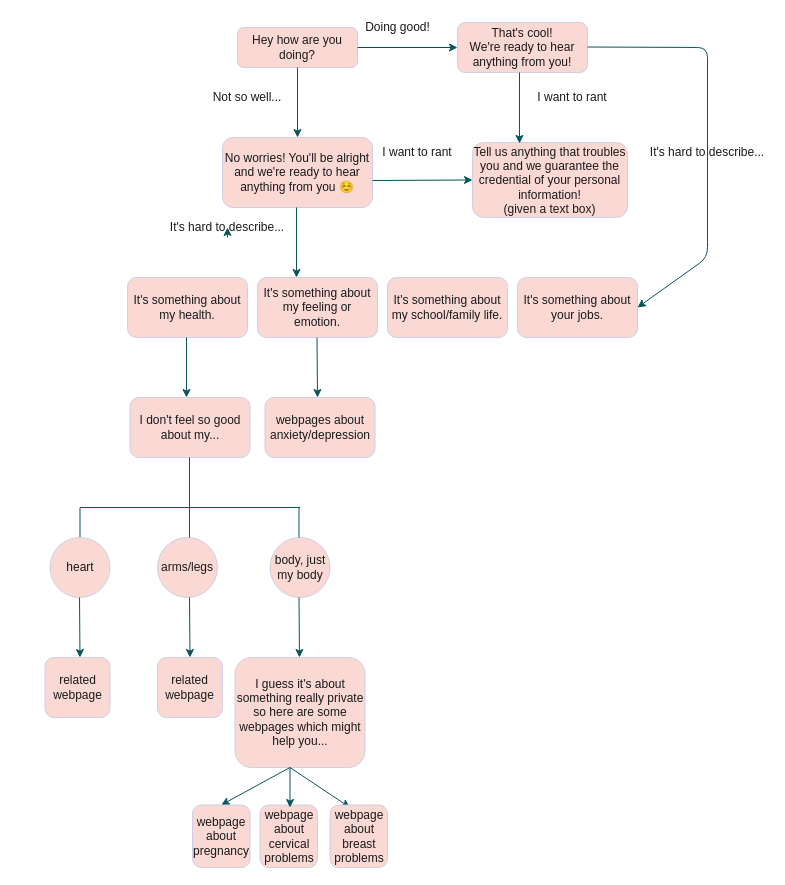
Earlier version of the draw.io diagram Questionary.drawio (effiegao/cmd-f-hackathon-questionary). Source tidied: cells renumbered, new cells numbered last; positions are measured from the earlier drawing's top-left corner, leaving out a move shared by most shapes. Both pictures are drawn from the tidied source at 100%, with x=0, y=0 at pixel (45, 17).
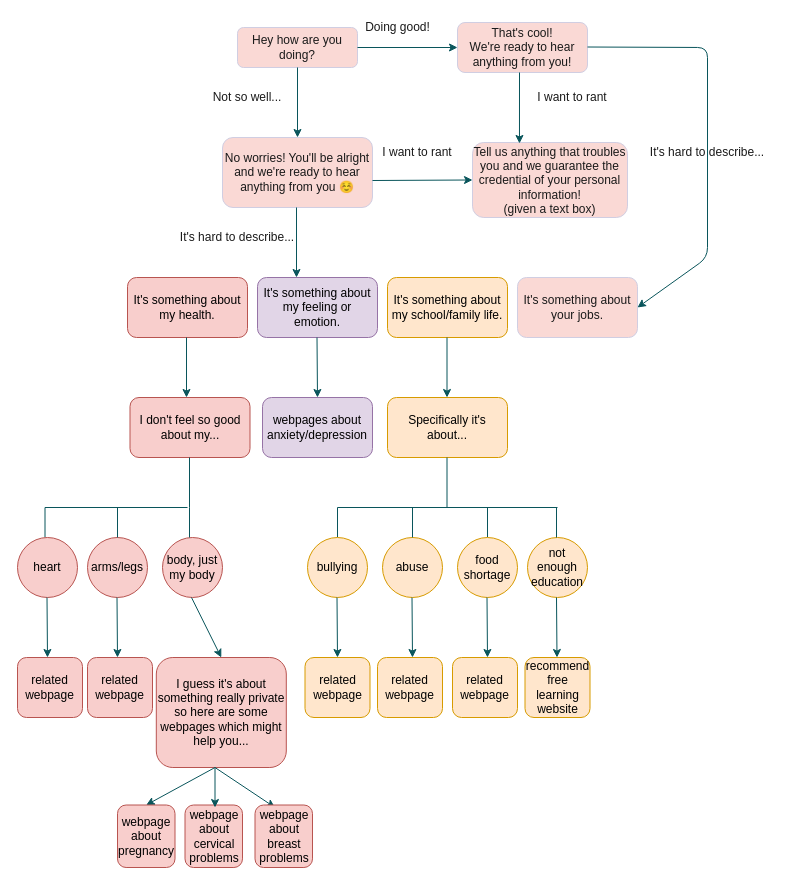
The same page after the edit.

Change to the diagram source:
```diff
@@
     <mxCell id="10" value="It's hard to describe..." style="text;html=1;strokeColor=none;fillColor=none;align=center;verticalAlign=middle;whiteSpace=wrap;rounded=0;sketch=0;fontColor=#1A1A1A;" parent="1" vertex="1">
-      <mxGeometry x="122" y="200" width="120" height="20" as="geometry" />
+      <mxGeometry x="132" y="210" width="120" height="20" as="geometry" />
     </mxCell>
-    <mxCell id="11" value="It's something about my health." style="rounded=1;whiteSpace=wrap;html=1;sketch=0;strokeColor=#D0CEE2;fillColor=#FAD9D5;fontColor=#1A1A1A;" parent="1" vertex="1">
+    <mxCell id="11" value="It's something about my health." style="rounded=1;whiteSpace=wrap;html=1;sketch=0;strokeColor=#b85450;fillColor=#f8cecc;" parent="1" vertex="1">
       <mxGeometry x="82" y="260" width="120" height="60" as="geometry" />
     </mxCell>
-    <mxCell id="12" value="It's something about my feeling or emotion." style="rounded=1;whiteSpace=wrap;html=1;sketch=0;strokeColor=#D0CEE2;fillColor=#FAD9D5;fontColor=#1A1A1A;" parent="1" vertex="1">
+    <mxCell id="12" value="It's something about my feeling or emotion." style="rounded=1;whiteSpace=wrap;html=1;sketch=0;strokeColor=#9673a6;fillColor=#e1d5e7;" parent="1" vertex="1">
       <mxGeometry x="212" y="260" width="120" height="60" as="geometry" />
     </mxCell>
-    <mxCell id="13" value="It's something about my school/family life." style="rounded=1;whiteSpace=wrap;html=1;sketch=0;strokeColor=#D0CEE2;fillColor=#FAD9D5;fontColor=#1A1A1A;" parent="1" vertex="1">
+    <mxCell id="13" value="It's something about my school/family life." style="rounded=1;whiteSpace=wrap;html=1;sketch=0;strokeColor=#d79b00;fillColor=#ffe6cc;" parent="1" vertex="1">
       <mxGeometry x="342" y="260" width="120" height="60" as="geometry" />
     </mxCell>
@@
-    <mxCell id="16" value="I don't feel so good about my..." style="rounded=1;whiteSpace=wrap;html=1;sketch=0;strokeColor=#D0CEE2;fillColor=#FAD9D5;fontColor=#1A1A1A;" parent="1" vertex="1">
+    <mxCell id="16" value="I don't feel so good about my..." style="rounded=1;whiteSpace=wrap;html=1;sketch=0;strokeColor=#b85450;fillColor=#f8cecc;" parent="1" vertex="1">
       <mxGeometry x="84.5" y="380" width="120" height="60" as="geometry" />
     </mxCell>
@@
     <mxCell id="18" style="endArrow=none;html=1;strokeColor=#09555B;fontColor=#1A1A1A;" parent="1" edge="1">
       <mxGeometry relative="1" as="geometry">
-        <mxPoint x="34.5" y="490" as="sourcePoint" />
-        <mxPoint x="254.5" y="490" as="targetPoint" />
+        <mxPoint x="-0.5" y="490" as="sourcePoint" />
+        <mxPoint x="142" y="490" as="targetPoint" />
       </mxGeometry>
     </mxCell>
     <mxCell id="19" style="endArrow=none;html=1;strokeColor=#09555B;fontColor=#1A1A1A;" parent="1" edge="1">
       <mxGeometry relative="1" as="geometry">
-        <mxPoint x="34.5" y="520" as="sourcePoint" />
-        <mxPoint x="34.5" y="490" as="targetPoint" />
+        <mxPoint x="-0.5" y="520" as="sourcePoint" />
+        <mxPoint x="-0.5" y="490" as="targetPoint" />
       </mxGeometry>
     </mxCell>
-    <mxCell id="20" value="heart" style="ellipse;whiteSpace=wrap;html=1;rounded=0;sketch=0;strokeColor=#D0CEE2;fillColor=#FAD9D5;fontColor=#1A1A1A;" parent="1" vertex="1">
-      <mxGeometry x="4.5" y="520" width="60" height="60" as="geometry" />
+    <mxCell id="20" value="heart" style="ellipse;whiteSpace=wrap;html=1;rounded=0;sketch=0;strokeColor=#b85450;fillColor=#f8cecc;" parent="1" vertex="1">
+      <mxGeometry x="-28" y="520" width="60" height="60" as="geometry" />
     </mxCell>
-    <mxCell id="21" value="arms/legs" style="ellipse;whiteSpace=wrap;html=1;rounded=0;sketch=0;strokeColor=#D0CEE2;fillColor=#FAD9D5;fontColor=#1A1A1A;" parent="1" vertex="1">
-      <mxGeometry x="112" y="520" width="60" height="60" as="geometry" />
+    <mxCell id="21" value="arms/legs" style="ellipse;whiteSpace=wrap;html=1;rounded=0;sketch=0;strokeColor=#b85450;fillColor=#f8cecc;" parent="1" vertex="1">
+      <mxGeometry x="42" y="520" width="60" height="60" as="geometry" />
     </mxCell>
     <mxCell id="22" style="endArrow=none;html=1;strokeColor=#09555B;fontColor=#1A1A1A;" parent="1" edge="1">
       <mxGeometry relative="1" as="geometry">
-        <mxPoint x="144" y="520" as="sourcePoint" />
-        <mxPoint x="144" y="490" as="targetPoint" />
+        <mxPoint x="72" y="520" as="sourcePoint" />
+        <mxPoint x="72" y="490" as="targetPoint" />
       </mxGeometry>
     </mxCell>
-    <mxCell id="23" value="body, just my body" style="ellipse;whiteSpace=wrap;html=1;rounded=0;sketch=0;strokeColor=#D0CEE2;fillColor=#FAD9D5;fontColor=#1A1A1A;" parent="1" vertex="1">
-      <mxGeometry x="224.5" y="520" width="60" height="60" as="geometry" />
+    <mxCell id="23" value="body, just my body" style="ellipse;whiteSpace=wrap;html=1;rounded=0;sketch=0;strokeColor=#b85450;fillColor=#f8cecc;" parent="1" vertex="1">
+      <mxGeometry x="117" y="520" width="60" height="60" as="geometry" />
     </mxCell>
     <mxCell id="24" style="endArrow=none;html=1;strokeColor=#09555B;fontColor=#1A1A1A;" parent="1" edge="1">
       <mxGeometry relative="1" as="geometry">
-        <mxPoint x="253.5" y="520" as="sourcePoint" />
-        <mxPoint x="253.5" y="490" as="targetPoint" />
+        <mxPoint x="144" y="520" as="sourcePoint" />
+        <mxPoint x="144" y="490" as="targetPoint" />
       </mxGeometry>
     </mxCell>
@@
     <mxCell id="31" style="endArrow=classic;html=1;strokeColor=#09555B;fontColor=#1A1A1A;" parent="1" edge="1">
       <mxGeometry relative="1" as="geometry">
-        <mxPoint x="34" y="580" as="sourcePoint" />
-        <mxPoint x="34.5" y="640" as="targetPoint" />
+        <mxPoint x="1.5" y="580" as="sourcePoint" />
+        <mxPoint x="2" y="640" as="targetPoint" />
       </mxGeometry>
     </mxCell>
-    <mxCell id="32" value="related webpage" style="rounded=1;whiteSpace=wrap;html=1;sketch=0;strokeColor=#D0CEE2;fillColor=#FAD9D5;fontColor=#1A1A1A;" parent="1" vertex="1">
-      <mxGeometry x="-0.5" y="640" width="65" height="60" as="geometry" />
+    <mxCell id="32" value="related webpage" style="rounded=1;whiteSpace=wrap;html=1;sketch=0;strokeColor=#b85450;fillColor=#f8cecc;" parent="1" vertex="1">
+      <mxGeometry x="-28" y="640" width="65" height="60" as="geometry" />
     </mxCell>
-    <mxCell id="33" value="related webpage" style="rounded=1;whiteSpace=wrap;html=1;sketch=0;strokeColor=#D0CEE2;fillColor=#FAD9D5;fontColor=#1A1A1A;" parent="1" vertex="1">
-      <mxGeometry x="112" y="640" width="65" height="60" as="geometry" />
+    <mxCell id="33" value="related webpage" style="rounded=1;whiteSpace=wrap;html=1;sketch=0;strokeColor=#b85450;fillColor=#f8cecc;" parent="1" vertex="1">
+      <mxGeometry x="42" y="640" width="65" height="60" as="geometry" />
     </mxCell>
     <mxCell id="34" style="endArrow=classic;html=1;strokeColor=#09555B;fontColor=#1A1A1A;" parent="1" edge="1">
       <mxGeometry relative="1" as="geometry">
-        <mxPoint x="144" y="580" as="sourcePoint" />
-        <mxPoint x="144.5" y="640" as="targetPoint" />
+        <mxPoint x="71.5" y="580" as="sourcePoint" />
+        <mxPoint x="72" y="640" as="targetPoint" />
       </mxGeometry>
     </mxCell>
-    <mxCell id="35" style="endArrow=classic;html=1;strokeColor=#09555B;fontColor=#1A1A1A;" parent="1" edge="1">
+    <mxCell id="35" style="endArrow=classic;html=1;strokeColor=#09555B;fontColor=#1A1A1A;entryX=0.5;entryY=0;entryDx=0;entryDy=0;" parent="1" edge="1" target="36">
       <mxGeometry relative="1" as="geometry">
-        <mxPoint x="253.5" y="580" as="sourcePoint" />
-        <mxPoint x="254" y="640" as="targetPoint" />
+        <mxPoint x="146" y="580" as="sourcePoint" />
       </mxGeometry>
     </mxCell>
-    <mxCell id="36" value="I guess it's about something really private so here are some webpages which might help you..." style="rounded=1;whiteSpace=wrap;html=1;sketch=0;strokeColor=#D0CEE2;fillColor=#FAD9D5;fontColor=#1A1A1A;" parent="1" vertex="1">
-      <mxGeometry x="189.5" y="640" width="130" height="110" as="geometry" />
+    <mxCell id="36" value="I guess it's about something really private so here are some webpages which might help you..." style="rounded=1;whiteSpace=wrap;html=1;sketch=0;strokeColor=#b85450;fillColor=#f8cecc;" parent="1" vertex="1">
+      <mxGeometry x="110.8" y="640" width="130" height="110" as="geometry" />
     </mxCell>
     <mxCell id="37" style="endArrow=classic;html=1;strokeColor=#09555B;fontColor=#1A1A1A;entryX=0;entryY=0.5;entryDx=0;entryDy=0;" parent="1" edge="1" target="38">
       <mxGeometry relative="1" as="geometry">
-        <mxPoint x="244.5" y="750" as="sourcePoint" />
+        <mxPoint x="169.5" y="750" as="sourcePoint" />
       </mxGeometry>
     </mxCell>
-    <mxCell id="38" value="webpage about pregnancy" style="rounded=1;whiteSpace=wrap;html=1;sketch=0;strokeColor=#D0CEE2;fillColor=#FAD9D5;fontColor=#1A1A1A;direction=south;" parent="1" vertex="1">
-      <mxGeometry x="147" y="787.5" width="57.5" height="62.5" as="geometry" />
+    <mxCell id="38" value="webpage about pregnancy" style="rounded=1;whiteSpace=wrap;html=1;sketch=0;strokeColor=#b85450;fillColor=#f8cecc;direction=south;" parent="1" vertex="1">
+      <mxGeometry x="72" y="787.5" width="57.5" height="62.5" as="geometry" />
     </mxCell>
-    <mxCell id="39" value="webpage about cervical problems" style="rounded=1;whiteSpace=wrap;html=1;sketch=0;strokeColor=#D0CEE2;fillColor=#FAD9D5;fontColor=#1A1A1A;direction=south;" parent="1" vertex="1">
-      <mxGeometry x="214.5" y="787.5" width="57.5" height="62.5" as="geometry" />
+    <mxCell id="39" value="webpage about cervical problems" style="rounded=1;whiteSpace=wrap;html=1;sketch=0;strokeColor=#b85450;fillColor=#f8cecc;direction=south;" parent="1" vertex="1">
+      <mxGeometry x="139.5" y="787.5" width="57.5" height="62.5" as="geometry" />
     </mxCell>
     <mxCell id="40" style="endArrow=classic;html=1;strokeColor=#09555B;fontColor=#1A1A1A;" parent="1" edge="1">
       <mxGeometry relative="1" as="geometry">
-        <mxPoint x="244.5" y="750" as="sourcePoint" />
-        <mxPoint x="244.5" y="790" as="targetPoint" />
+        <mxPoint x="169.5" y="750" as="sourcePoint" />
+        <mxPoint x="169.5" y="790" as="targetPoint" />
       </mxGeometry>
     </mxCell>
     <mxCell id="41" style="endArrow=classic;html=1;strokeColor=#09555B;fontColor=#1A1A1A;" parent="1" edge="1">
       <mxGeometry relative="1" as="geometry">
-        <mxPoint x="244.5" y="750" as="sourcePoint" />
-        <mxPoint x="304.5" y="790" as="targetPoint" />
+        <mxPoint x="169.5" y="750" as="sourcePoint" />
+        <mxPoint x="229.5" y="790" as="targetPoint" />
       </mxGeometry>
     </mxCell>
-    <mxCell id="42" value="webpage about breast problems" style="rounded=1;whiteSpace=wrap;html=1;sketch=0;strokeColor=#D0CEE2;fillColor=#FAD9D5;fontColor=#1A1A1A;direction=south;" parent="1" vertex="1">
-      <mxGeometry x="284.5" y="787.5" width="57.5" height="62.5" as="geometry" />
+    <mxCell id="42" value="webpage about breast problems" style="rounded=1;whiteSpace=wrap;html=1;sketch=0;strokeColor=#b85450;fillColor=#f8cecc;direction=south;" parent="1" vertex="1">
+      <mxGeometry x="209.5" y="787.5" width="57.5" height="62.5" as="geometry" />
     </mxCell>
@@
-    <mxCell id="45" value="webpages about anxiety/depression" style="rounded=1;whiteSpace=wrap;html=1;sketch=0;strokeColor=#D0CEE2;fillColor=#FAD9D5;fontColor=#1A1A1A;" parent="1" vertex="1">
-      <mxGeometry x="219.5" y="380" width="110" height="60" as="geometry" />
+    <mxCell id="45" value="webpages about anxiety/depression" style="rounded=1;whiteSpace=wrap;html=1;sketch=0;strokeColor=#9673a6;fillColor=#e1d5e7;" parent="1" vertex="1">
+      <mxGeometry x="217" y="380" width="110" height="60" as="geometry" />
     </mxCell>
-    <mxCell id="46" style="edgeStyle=orthogonalEdgeStyle;curved=0;rounded=1;sketch=0;orthogonalLoop=1;jettySize=auto;html=1;exitX=0.5;exitY=1;exitDx=0;exitDy=0;entryX=0.5;entryY=0.5;entryDx=0;entryDy=0;entryPerimeter=0;strokeColor=#09555B;fontColor=#1A1A1A;" parent="1" edge="1" source="10" target="10">
-      <mxGeometry relative="1" as="geometry" />
-    </mxCell>
+    <mxCell id="47" value="Specifically it's about..." style="rounded=1;whiteSpace=wrap;html=1;sketch=0;strokeColor=#d79b00;fillColor=#ffe6cc;" parent="1" vertex="1">
+      <mxGeometry x="342" y="380" width="120" height="60" as="geometry" />
+    </mxCell>
+    <mxCell id="48" style="endArrow=none;html=1;strokeColor=#09555B;fontColor=#1A1A1A;" parent="1" edge="1">
+      <mxGeometry relative="1" as="geometry">
+        <mxPoint x="401.5" y="490" as="sourcePoint" />
+        <mxPoint x="401.5" y="440" as="targetPoint" />
+      </mxGeometry>
+    </mxCell>
+    <mxCell id="49" style="endArrow=none;html=1;strokeColor=#09555B;fontColor=#1A1A1A;" parent="1" edge="1">
+      <mxGeometry relative="1" as="geometry">
+        <mxPoint x="292" y="490" as="sourcePoint" />
+        <mxPoint x="512" y="490" as="targetPoint" />
+      </mxGeometry>
+    </mxCell>
+    <mxCell id="50" style="endArrow=none;html=1;strokeColor=#09555B;fontColor=#1A1A1A;" parent="1" edge="1">
+      <mxGeometry relative="1" as="geometry">
+        <mxPoint x="292" y="520" as="sourcePoint" />
+        <mxPoint x="292" y="490" as="targetPoint" />
+      </mxGeometry>
+    </mxCell>
+    <mxCell id="51" value="bullying" style="ellipse;whiteSpace=wrap;html=1;rounded=0;sketch=0;strokeColor=#d79b00;fillColor=#ffe6cc;" parent="1" vertex="1">
+      <mxGeometry x="262" y="520" width="60" height="60" as="geometry" />
+    </mxCell>
+    <mxCell id="52" value="abuse" style="ellipse;whiteSpace=wrap;html=1;rounded=0;sketch=0;strokeColor=#d79b00;fillColor=#ffe6cc;" parent="1" vertex="1">
+      <mxGeometry x="337" y="520" width="60" height="60" as="geometry" />
+    </mxCell>
+    <mxCell id="53" style="endArrow=none;html=1;strokeColor=#09555B;fontColor=#1A1A1A;" parent="1" edge="1">
+      <mxGeometry relative="1" as="geometry">
+        <mxPoint x="367" y="520" as="sourcePoint" />
+        <mxPoint x="367" y="490" as="targetPoint" />
+      </mxGeometry>
+    </mxCell>
+    <mxCell id="54" value="not enough education" style="ellipse;whiteSpace=wrap;html=1;rounded=0;sketch=0;strokeColor=#d79b00;fillColor=#ffe6cc;" parent="1" vertex="1">
+      <mxGeometry x="482" y="520" width="60" height="60" as="geometry" />
+    </mxCell>
+    <mxCell id="55" style="endArrow=none;html=1;strokeColor=#09555B;fontColor=#1A1A1A;" parent="1" edge="1">
+      <mxGeometry relative="1" as="geometry">
+        <mxPoint x="511" y="520" as="sourcePoint" />
+        <mxPoint x="511" y="490" as="targetPoint" />
+      </mxGeometry>
+    </mxCell>
+    <mxCell id="56" style="endArrow=classic;html=1;strokeColor=#09555B;fontColor=#1A1A1A;" parent="1" edge="1">
+      <mxGeometry relative="1" as="geometry">
+        <mxPoint x="291.5" y="580" as="sourcePoint" />
+        <mxPoint x="292" y="640" as="targetPoint" />
+      </mxGeometry>
+    </mxCell>
+    <mxCell id="57" value="related webpage" style="rounded=1;whiteSpace=wrap;html=1;sketch=0;strokeColor=#d79b00;fillColor=#ffe6cc;" parent="1" vertex="1">
+      <mxGeometry x="332" y="640" width="65" height="60" as="geometry" />
+    </mxCell>
+    <mxCell id="58" style="endArrow=classic;html=1;strokeColor=#09555B;fontColor=#1A1A1A;" parent="1" edge="1">
+      <mxGeometry relative="1" as="geometry">
+        <mxPoint x="366.5" y="580" as="sourcePoint" />
+        <mxPoint x="367" y="640" as="targetPoint" />
+      </mxGeometry>
+    </mxCell>
+    <mxCell id="59" style="endArrow=classic;html=1;strokeColor=#09555B;fontColor=#1A1A1A;" parent="1" edge="1">
+      <mxGeometry relative="1" as="geometry">
+        <mxPoint x="511" y="580" as="sourcePoint" />
+        <mxPoint x="511.5" y="640" as="targetPoint" />
+      </mxGeometry>
+    </mxCell>
+    <mxCell id="60" style="endArrow=classic;html=1;strokeColor=#09555B;fontColor=#1A1A1A;" parent="1" edge="1">
+      <mxGeometry relative="1" as="geometry">
+        <mxPoint x="401.5" y="320" as="sourcePoint" />
+        <mxPoint x="401.5" y="380" as="targetPoint" />
+      </mxGeometry>
+    </mxCell>
+    <mxCell id="61" value="related webpage" style="rounded=1;whiteSpace=wrap;html=1;sketch=0;strokeColor=#d79b00;fillColor=#ffe6cc;" parent="1" vertex="1">
+      <mxGeometry x="259.5" y="640" width="65" height="60" as="geometry" />
+    </mxCell>
+    <mxCell id="62" style="endArrow=none;html=1;strokeColor=#09555B;fontColor=#1A1A1A;" parent="1" edge="1">
+      <mxGeometry relative="1" as="geometry">
+        <mxPoint x="442" y="490" as="sourcePoint" />
+        <mxPoint x="442" y="520" as="targetPoint" />
+      </mxGeometry>
+    </mxCell>
+    <mxCell id="63" value="food shortage" style="ellipse;whiteSpace=wrap;html=1;rounded=0;sketch=0;strokeColor=#d79b00;fillColor=#ffe6cc;" parent="1" vertex="1">
+      <mxGeometry x="412" y="520" width="60" height="60" as="geometry" />
+    </mxCell>
+    <mxCell id="64" value="related webpage" style="rounded=1;whiteSpace=wrap;html=1;sketch=0;strokeColor=#d79b00;fillColor=#ffe6cc;" parent="1" vertex="1">
+      <mxGeometry x="407" y="640" width="65" height="60" as="geometry" />
+    </mxCell>
+    <mxCell id="65" style="endArrow=classic;html=1;strokeColor=#09555B;fontColor=#1A1A1A;" parent="1" edge="1">
+      <mxGeometry relative="1" as="geometry">
+        <mxPoint x="441.5" y="580" as="sourcePoint" />
+        <mxPoint x="442" y="640" as="targetPoint" />
+      </mxGeometry>
+    </mxCell>
+    <mxCell id="66" value="recommend free learning website" style="rounded=1;whiteSpace=wrap;html=1;sketch=0;strokeColor=#d79b00;fillColor=#ffe6cc;" parent="1" vertex="1">
+      <mxGeometry x="479.5" y="640" width="65" height="60" as="geometry" />
+    </mxCell>
```
